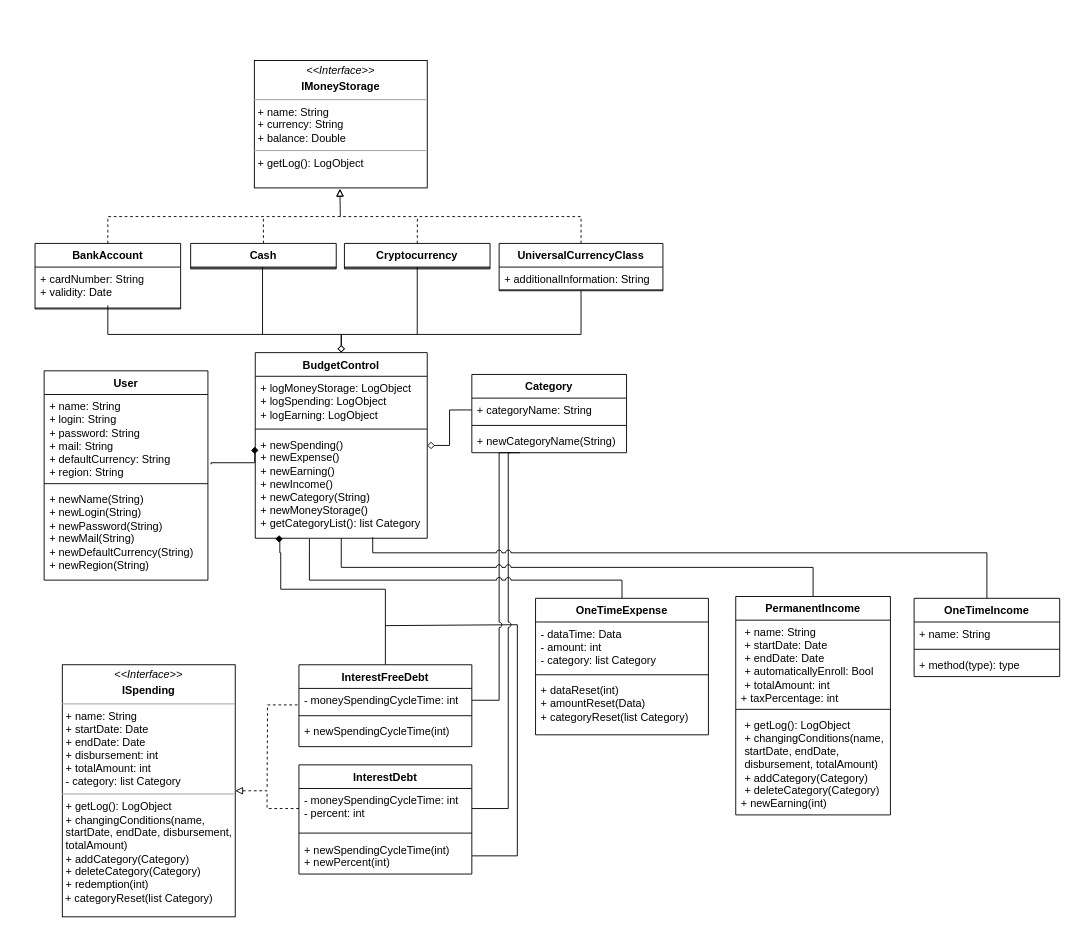
The draw.io diagram UMLDiagram.drawio in esh0rka/Financial-Tracker, before the edit. Source tidied: cells renumbered, new cells numbered last; positions are measured from the earlier drawing's top-left corner, leaving out a move shared by most shapes. Both pictures are drawn from the tidied source at 91%, with x=0, y=0 at pixel (35, 60).
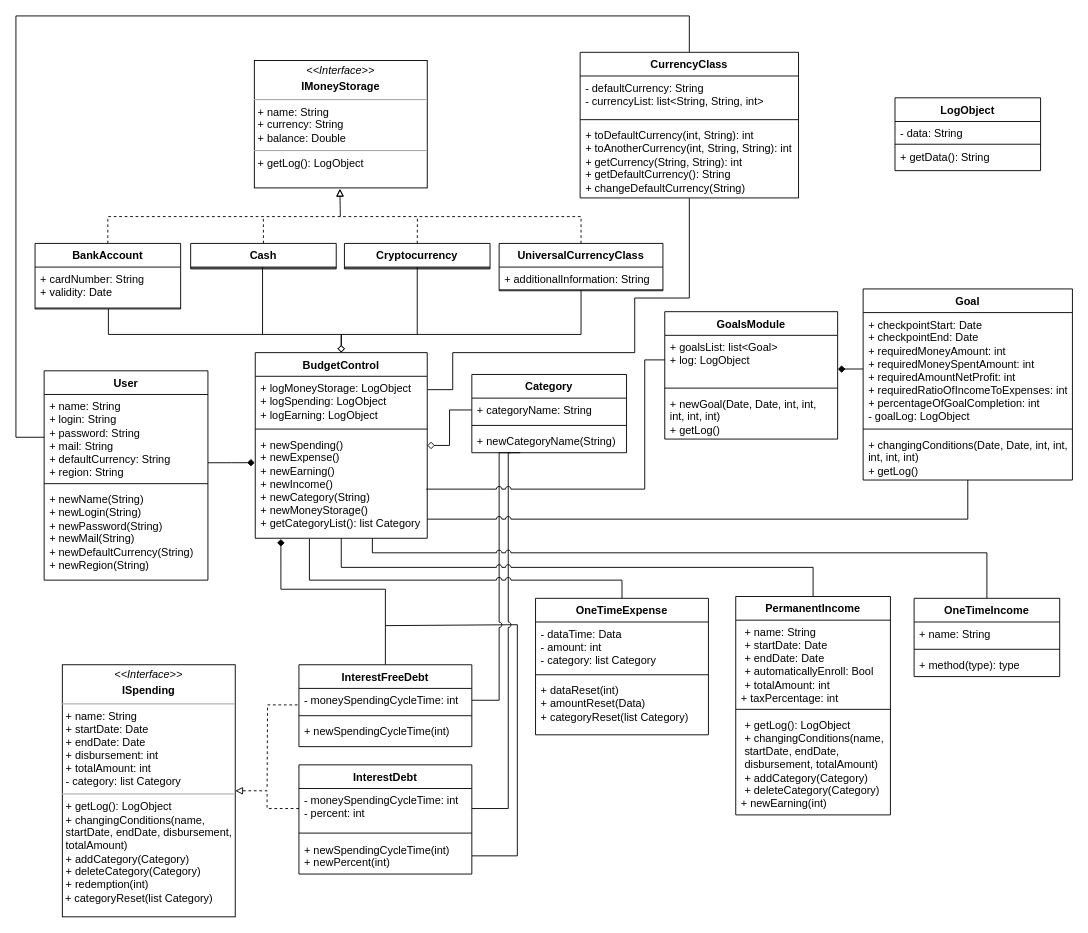
After the change.

Unchanged cells that the change refers to:
```xml
<mxCell id="5" value="&lt;div&gt;+ cardNumber: String&lt;/div&gt;+ validity: Date&lt;div&gt;&lt;br&gt;&lt;/div&gt;" style="text;strokeColor=none;fillColor=none;align=left;verticalAlign=top;spacingLeft=4;spacingRight=4;overflow=hidden;points=[[0,0.5],[1,0.5]];portConstraint=eastwest;whiteSpace=wrap;html=1;" parent="4" vertex="1">
  <mxGeometry y="26" width="160" height="44" as="geometry" />
</mxCell>
<mxCell id="21" value="BudgetControl" style="swimlane;fontStyle=1;align=center;verticalAlign=top;horizontal=1;startSize=26;whiteSpace=wrap;html=1;" parent="1" vertex="1">
  <mxGeometry x="242" y="321" width="189" height="204" as="geometry" />
</mxCell>
<mxCell id="22" value="&lt;div&gt;+ logMoneyStorage: LogObject&lt;/div&gt;&lt;div&gt;+ logSpending: LogObject&lt;br&gt;&lt;/div&gt;&lt;div&gt;+ logEarning: LogObject&lt;br&gt;&lt;/div&gt;" style="text;strokeColor=none;fillColor=none;align=left;verticalAlign=top;spacingLeft=4;spacingRight=4;overflow=hidden;points=[[0,0.5],[1,0.5]];portConstraint=eastwest;whiteSpace=wrap;html=1;" parent="21" vertex="1">
  <mxGeometry y="26" width="189" height="54" as="geometry" />
</mxCell>
<mxCell id="24" value="&lt;div&gt;+ newSpending()&lt;/div&gt;&lt;div&gt;+ newExpense()&lt;/div&gt;&lt;div&gt;+ newEarning()&lt;/div&gt;&lt;div&gt;+ newIncome()&lt;/div&gt;&lt;div&gt;+ newCategory(String)&lt;/div&gt;&lt;div&gt;+ newMoneyStorage()&lt;br&gt;&lt;/div&gt;&lt;div&gt;+ getCategoryList(): list Category&lt;br&gt;&lt;/div&gt;" style="text;strokeColor=none;fillColor=none;align=left;verticalAlign=top;spacingLeft=4;spacingRight=4;overflow=hidden;points=[[0,0.5],[1,0.5]];portConstraint=eastwest;whiteSpace=wrap;html=1;" parent="21" vertex="1">
  <mxGeometry y="88" width="189" height="116" as="geometry" />
</mxCell>
<mxCell id="31" value="&lt;div&gt;+ name: String&lt;/div&gt;&lt;div&gt;+ login: String&lt;/div&gt;&lt;div&gt;+ password: String&lt;br&gt;&lt;/div&gt;&lt;div&gt;+ mail: String&lt;/div&gt;&lt;div&gt;+ defaultCurrency: String&lt;br&gt;&lt;/div&gt;&lt;div&gt;+ region: String&lt;br&gt;&lt;/div&gt;" style="text;strokeColor=none;fillColor=none;align=left;verticalAlign=top;spacingLeft=4;spacingRight=4;overflow=hidden;points=[[0,0.5],[1,0.5]];portConstraint=eastwest;whiteSpace=wrap;html=1;" parent="30" vertex="1">
  <mxGeometry y="26" width="180" height="94" as="geometry" />
</mxCell>
<mxCell id="37" value="InterestFreeDebt" style="swimlane;fontStyle=1;align=center;verticalAlign=top;horizontal=1;startSize=26;whiteSpace=wrap;html=1;" parent="1" vertex="1">
  <mxGeometry x="290" y="664" width="190" height="90" as="geometry" />
</mxCell>
<mxCell id="61" value="OneTimeIncome" style="swimlane;fontStyle=1;align=center;verticalAlign=top;horizontal=1;startSize=26;whiteSpace=wrap;html=1;" parent="1" vertex="1">
  <mxGeometry x="966" y="591" width="160" height="86" as="geometry" />
</mxCell>
```

The edit, as a diff of the source:
```diff
@@
-    <mxCell id="3" style="edgeStyle=orthogonalEdgeStyle;rounded=0;jettySize=auto;html=1;exitX=0.5;exitY=1;exitDx=0;exitDy=0;entryX=0.5;entryY=0;entryDx=0;entryDy=0;endArrow=diamond;endFill=0;" parent="1" edge="1" target="21">
+    <mxCell id="3" style="edgeStyle=orthogonalEdgeStyle;rounded=0;jettySize=auto;html=1;exitX=0.504;exitY=1.04;exitDx=0;exitDy=0;entryX=0.5;entryY=0;entryDx=0;entryDy=0;endArrow=diamond;endFill=0;exitPerimeter=0;" parent="1" edge="1" source="5" target="21">
       <mxGeometry relative="1" as="geometry">
-        <mxPoint x="80" y="269" as="sourcePoint" />
         <Array as="points">
-          <mxPoint x="80" y="301" />
+          <mxPoint x="81" y="301" />
           <mxPoint x="337" y="301" />
         </Array>
       </mxGeometry>
     </mxCell>
@@
-    <mxCell id="34" style="edgeStyle=orthogonalEdgeStyle;rounded=0;jettySize=auto;html=1;exitX=1.019;exitY=0.816;exitDx=0;exitDy=0;endArrow=diamond;endFill=1;entryX=-0.003;entryY=0.131;entryDx=0;entryDy=0;entryPerimeter=0;exitPerimeter=0;" parent="1" edge="1" source="31" target="24">
-      <mxGeometry relative="1" as="geometry">
-        <Array as="points">
-          <mxPoint x="193" y="442" />
-        </Array>
-      </mxGeometry>
+    <mxCell id="34" style="edgeStyle=orthogonalEdgeStyle;rounded=0;jettySize=auto;html=1;exitX=1;exitY=0.798;exitDx=0;exitDy=0;endArrow=diamond;endFill=1;exitPerimeter=0;entryX=-0.003;entryY=0.284;entryDx=0;entryDy=0;entryPerimeter=0;" parent="1" edge="1" source="31" target="24">
+      <mxGeometry relative="1" as="geometry" />
     </mxCell>
@@
-    <mxCell id="36" style="edgeStyle=orthogonalEdgeStyle;rounded=0;jettySize=auto;html=1;exitX=0.5;exitY=0;exitDx=0;exitDy=0;endArrow=diamond;endFill=1;entryX=0.161;entryY=1.006;entryDx=0;entryDy=0;entryPerimeter=0;" parent="1" edge="1" source="37" target="24">
+    <mxCell id="36" style="edgeStyle=orthogonalEdgeStyle;rounded=0;jettySize=auto;html=1;exitX=0.5;exitY=0;exitDx=0;exitDy=0;endArrow=diamond;endFill=1;entryX=0.149;entryY=1.007;entryDx=0;entryDy=0;entryPerimeter=0;" parent="1" edge="1" source="37" target="24">
       <mxGeometry relative="1" as="geometry">
         <Array as="points">
           <mxPoint x="385" y="581" />
           <mxPoint x="270" y="581" />
-          <mxPoint x="270" y="541" />
-          <mxPoint x="269" y="541" />
-          <mxPoint x="269" y="526" />
         </Array>
       </mxGeometry>
     </mxCell>
@@
-    <mxCell id="60" style="edgeStyle=orthogonalEdgeStyle;rounded=0;jettySize=auto;html=1;exitX=0.5;exitY=0;exitDx=0;exitDy=0;entryX=0.683;entryY=0.99;entryDx=0;entryDy=0;entryPerimeter=0;endArrow=none;endFill=0;jumpStyle=arc;" parent="1" edge="1" source="61" target="24">
+    <mxCell id="60" style="edgeStyle=orthogonalEdgeStyle;rounded=0;jettySize=auto;html=1;exitX=0.5;exitY=0;exitDx=0;exitDy=0;entryX=0.681;entryY=1;entryDx=0;entryDy=0;entryPerimeter=0;endArrow=none;endFill=0;jumpStyle=arc;" parent="1" edge="1" source="61" target="24">
       <mxGeometry relative="1" as="geometry">
         <Array as="points">
           <mxPoint x="1046" y="541" />
           <mxPoint x="371" y="541" />
         </Array>
       </mxGeometry>
     </mxCell>
@@
+    <mxCell id="65" value="GoalsModule" style="swimlane;fontStyle=1;align=center;verticalAlign=top;horizontal=1;startSize=26;whiteSpace=wrap;html=1;" parent="1" vertex="1">
+      <mxGeometry x="692" y="276" width="190" height="140" as="geometry" />
+    </mxCell>
+    <mxCell id="66" value="&lt;div&gt;+ goalsList: list&amp;lt;Goal&amp;gt;&lt;br&gt;&lt;/div&gt;&lt;div&gt;+ log: LogObject&lt;br&gt;&lt;/div&gt;" style="text;strokeColor=none;fillColor=none;align=left;verticalAlign=top;spacingLeft=4;spacingRight=4;overflow=hidden;points=[[0,0.5],[1,0.5]];portConstraint=eastwest;whiteSpace=wrap;html=1;" parent="65" vertex="1">
+      <mxGeometry y="26" width="190" height="54" as="geometry" />
+    </mxCell>
+    <mxCell id="67" style="line;strokeWidth=1;fillColor=none;align=left;verticalAlign=middle;spacingTop=-1;spacingLeft=3;spacingRight=3;labelPosition=right;strokeColor=inherit;" parent="65" vertex="1">
+      <mxGeometry y="80" width="190" height="8" as="geometry" />
+    </mxCell>
+    <mxCell id="68" value="&lt;div&gt;+ newGoal(Date, Date, int, int, int, int, int)&lt;/div&gt;&lt;div&gt;+ getLog()&lt;br&gt;&lt;/div&gt;" style="text;strokeColor=none;fillColor=none;align=left;verticalAlign=top;spacingLeft=4;spacingRight=4;overflow=hidden;whiteSpace=wrap;html=1;" parent="65" vertex="1">
+      <mxGeometry y="88" width="190" height="52" as="geometry" />
+    </mxCell>
+    <mxCell id="69" style="edgeStyle=orthogonalEdgeStyle;rounded=0;jettySize=auto;html=1;endArrow=none;endFill=0;jumpStyle=arc;" parent="1" edge="1" source="70" target="24">
+      <mxGeometry relative="1" as="geometry">
+        <Array as="points">
+          <mxPoint x="1025" y="504" />
+        </Array>
+      </mxGeometry>
+    </mxCell>
+    <mxCell id="70" value="Goal" style="swimlane;fontStyle=1;align=center;verticalAlign=top;horizontal=1;startSize=26;whiteSpace=wrap;html=1;" parent="1" vertex="1">
+      <mxGeometry x="910" y="251" width="230" height="210" as="geometry" />
+    </mxCell>
+    <mxCell id="71" value="&lt;div&gt;+ checkpointStart: Date&lt;br&gt;&lt;/div&gt;&lt;div&gt;+ checkpointEnd: Date&lt;/div&gt;&lt;div&gt;+ requiredMoneyAmount: int&lt;/div&gt;&lt;div&gt;+ requiredMoneySpentAmount: int&lt;span class=&quot;HwtZe&quot; lang=&quot;en&quot;&gt;&lt;/span&gt;&lt;/div&gt;&lt;div&gt;+ requiredAmountNetProfit: int&lt;/div&gt;&lt;div&gt;+ requiredRatioOfIncomeToExpenses: int&lt;/div&gt;&lt;div&gt;+ percentageOfGoalCompletion: int&lt;/div&gt;&lt;div&gt;- goalLog: LogObject&lt;br&gt;&lt;/div&gt;&lt;div&gt;&lt;span class=&quot;HwtZe&quot; lang=&quot;en&quot;&gt;&lt;/span&gt;&lt;/div&gt;&lt;div&gt;&lt;span class=&quot;HwtZe&quot; lang=&quot;en&quot;&gt;&lt;/span&gt;&lt;div class=&quot;lRu31&quot;&gt;&lt;span class=&quot;HwtZe&quot; lang=&quot;en&quot;&gt;&lt;/span&gt;&lt;span class=&quot;HwtZe&quot; lang=&quot;en&quot;&gt;&lt;/span&gt;&lt;/div&gt;&lt;/div&gt;" style="text;strokeColor=none;fillColor=none;align=left;verticalAlign=top;spacingLeft=4;spacingRight=4;overflow=hidden;points=[[0,0.5],[1,0.5]];portConstraint=eastwest;whiteSpace=wrap;html=1;" parent="70" vertex="1">
+      <mxGeometry y="26" width="230" height="124" as="geometry" />
+    </mxCell>
+    <mxCell id="72" style="line;strokeWidth=1;fillColor=none;align=left;verticalAlign=middle;spacingTop=-1;spacingLeft=3;spacingRight=3;labelPosition=right;strokeColor=inherit;" parent="70" vertex="1">
+      <mxGeometry y="150" width="230" height="8" as="geometry" />
+    </mxCell>
+    <mxCell id="73" value="&lt;div&gt;+ changingConditions(Date, Date, int, int, int, int, int)&lt;/div&gt;+ getLog()" style="text;strokeColor=none;fillColor=none;align=left;verticalAlign=top;spacingLeft=4;spacingRight=4;overflow=hidden;whiteSpace=wrap;html=1;" parent="70" vertex="1">
+      <mxGeometry y="158" width="230" height="52" as="geometry" />
+    </mxCell>
+    <mxCell id="74" style="edgeStyle=orthogonalEdgeStyle;rounded=0;jettySize=auto;html=1;exitX=0;exitY=0.5;exitDx=0;exitDy=0;entryX=1.001;entryY=0.691;entryDx=0;entryDy=0;entryPerimeter=0;endArrow=diamond;endFill=1;" parent="1" edge="1" source="71" target="66">
+      <mxGeometry relative="1" as="geometry">
+        <Array as="points">
+          <mxPoint x="889" y="339" />
+        </Array>
+      </mxGeometry>
+    </mxCell>
+    <mxCell id="75" style="edgeStyle=orthogonalEdgeStyle;rounded=0;jettySize=auto;html=1;exitX=0;exitY=0.5;exitDx=0;exitDy=0;endArrow=none;endFill=0;jumpStyle=arc;" parent="1" edge="1" source="66">
+      <mxGeometry relative="1" as="geometry">
+        <mxPoint x="430" y="471" as="targetPoint" />
+        <Array as="points">
+          <mxPoint x="670" y="329" />
+          <mxPoint x="670" y="471" />
+          <mxPoint x="433" y="471" />
+        </Array>
+      </mxGeometry>
+    </mxCell>
+    <mxCell id="76" style="edgeStyle=orthogonalEdgeStyle;rounded=0;jettySize=auto;html=1;entryX=0;entryY=0.5;entryDx=0;entryDy=0;endArrow=none;endFill=0;" parent="1" edge="1" source="78" target="31">
+      <mxGeometry relative="1" as="geometry">
+        <Array as="points">
+          <mxPoint x="719" y="-49" />
+          <mxPoint x="-21" y="-49" />
+          <mxPoint x="-21" y="414" />
+        </Array>
+      </mxGeometry>
+    </mxCell>
+    <mxCell id="77" style="edgeStyle=orthogonalEdgeStyle;rounded=0;jettySize=auto;html=1;exitX=0.5;exitY=1.005;exitDx=0;exitDy=0;exitPerimeter=0;endArrow=none;endFill=0;entryX=1.002;entryY=0.272;entryDx=0;entryDy=0;entryPerimeter=0;" parent="1" edge="1" source="81" target="22">
+      <mxGeometry relative="1" as="geometry">
+        <Array as="points">
+          <mxPoint x="719" y="261" />
+          <mxPoint x="659" y="261" />
+          <mxPoint x="659" y="321" />
+          <mxPoint x="459" y="321" />
+          <mxPoint x="459" y="362" />
+        </Array>
+      </mxGeometry>
+    </mxCell>
+    <mxCell id="78" value="CurrencyClass" style="swimlane;fontStyle=1;align=center;verticalAlign=top;horizontal=1;startSize=26;whiteSpace=wrap;html=1;" parent="1" vertex="1">
+      <mxGeometry x="599" y="-9" width="240" height="160" as="geometry" />
+    </mxCell>
+    <mxCell id="79" value="&lt;div&gt;- defaultCurrency: String&lt;/div&gt;&lt;div&gt;- currencyList: list&amp;lt;String, String, int&amp;gt;&lt;br&gt;&lt;/div&gt;" style="text;strokeColor=none;fillColor=none;align=left;verticalAlign=top;spacingLeft=4;spacingRight=4;overflow=hidden;whiteSpace=wrap;html=1;" parent="78" vertex="1">
+      <mxGeometry y="26" width="240" height="44" as="geometry" />
+    </mxCell>
+    <mxCell id="80" style="line;strokeWidth=1;fillColor=none;align=left;verticalAlign=middle;spacingTop=-1;spacingLeft=3;spacingRight=3;labelPosition=right;strokeColor=inherit;" parent="78" vertex="1">
+      <mxGeometry y="70" width="240" height="8" as="geometry" />
+    </mxCell>
+    <mxCell id="81" value="&lt;div&gt;+ toDefaultCurrency(int, String): int&lt;/div&gt;&lt;div&gt;+ toAnotherCurrency(int, String, String): int&lt;br&gt;&lt;/div&gt;&lt;div&gt;+ getCurrency(String, String): int&lt;br&gt;&lt;/div&gt;&lt;div&gt;+ getDefaultCurrency(): String&lt;br&gt;&lt;/div&gt;&lt;div&gt;+ changeDefaultCurrency(String)&lt;br&gt;&lt;/div&gt;" style="text;strokeColor=none;fillColor=none;align=left;verticalAlign=top;spacingLeft=4;spacingRight=4;overflow=hidden;points=[[0,0.5],[1,0.5]];portConstraint=eastwest;whiteSpace=wrap;html=1;" parent="78" vertex="1">
+      <mxGeometry y="78" width="240" height="82" as="geometry" />
+    </mxCell>
+    <mxCell id="82" value="LogObject" style="swimlane;fontStyle=1;align=center;verticalAlign=top;horizontal=1;startSize=26;whiteSpace=wrap;html=1;" parent="1" vertex="1">
+      <mxGeometry x="945" y="41" width="160" height="80" as="geometry" />
+    </mxCell>
+    <mxCell id="83" value="&lt;div&gt;- data: String&lt;/div&gt;" style="text;strokeColor=none;fillColor=none;align=left;verticalAlign=top;spacingLeft=4;spacingRight=4;overflow=hidden;whiteSpace=wrap;html=1;" parent="82" vertex="1">
+      <mxGeometry y="26" width="160" height="24" as="geometry" />
+    </mxCell>
+    <mxCell id="84" style="line;strokeWidth=1;fillColor=none;align=left;verticalAlign=middle;spacingTop=-1;spacingLeft=3;spacingRight=3;labelPosition=right;strokeColor=inherit;" parent="82" vertex="1">
+      <mxGeometry y="50" width="160" height="2" as="geometry" />
+    </mxCell>
+    <mxCell id="85" value="+ getData(): String" style="text;strokeColor=none;fillColor=none;align=left;verticalAlign=top;spacingLeft=4;spacingRight=4;overflow=hidden;whiteSpace=wrap;html=1;" parent="82" vertex="1">
+      <mxGeometry y="52" width="160" height="28" as="geometry" />
+    </mxCell>
```
